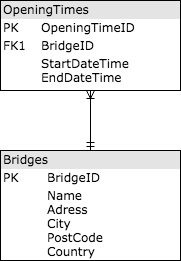
Before: docs/BridgeSystem.png, a diagram exported from draw.io (jesperancinha/bridges-surveillance-story). Source tidied: cells renumbered, new cells last; positions are measured from the earlier drawing's top-left corner, leaving out a move shared by most shapes.
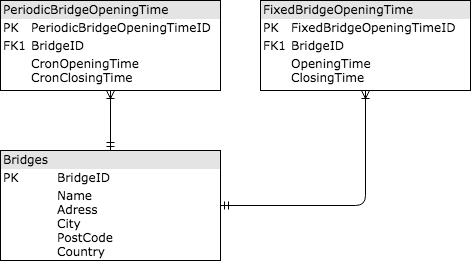
Above is the later version.

Change to the diagram source:
```diff
@@ -2,14 +2,20 @@
   <root>
     <mxCell id="0" />
     <mxCell id="1" parent="0" />
-    <mxCell id="2" value="&lt;div style=&quot;box-sizing: border-box ; width: 100% ; background: #e4e4e4 ; padding: 2px&quot;&gt;OpeningTimes&lt;/div&gt;&lt;table style=&quot;width: 100% ; font-size: 1em&quot; cellpadding=&quot;2&quot; cellspacing=&quot;0&quot;&gt;&lt;tbody&gt;&lt;tr&gt;&lt;td&gt;PK&lt;/td&gt;&lt;td&gt;OpeningTimeID&lt;br&gt;&lt;/td&gt;&lt;/tr&gt;&lt;tr&gt;&lt;td&gt;FK1&lt;/td&gt;&lt;td&gt;BridgeID&lt;/td&gt;&lt;/tr&gt;&lt;tr&gt;&lt;td&gt;&lt;/td&gt;&lt;td&gt;StartDateTime&lt;br&gt;EndDateTime&lt;/td&gt;&lt;/tr&gt;&lt;/tbody&gt;&lt;/table&gt;" style="verticalAlign=top;align=left;overflow=fill;html=1;rounded=0;shadow=0;comic=0;labelBackgroundColor=none;strokeWidth=1;fontFamily=Verdana;fontSize=12;gradientColor=none;labelBorderColor=none;" parent="1" vertex="1">
-      <mxGeometry width="180" height="90" as="geometry" />
+    <mxCell id="2" value="&lt;div style=&quot;box-sizing: border-box ; width: 100% ; background: #e4e4e4 ; padding: 2px&quot;&gt;&lt;span&gt;PeriodicBridgeOpeningTime&lt;/span&gt;&lt;/div&gt;&lt;table style=&quot;width: 100% ; font-size: 1em&quot; cellpadding=&quot;2&quot; cellspacing=&quot;0&quot;&gt;&lt;tbody&gt;&lt;tr&gt;&lt;td&gt;PK&lt;/td&gt;&lt;td&gt;&lt;span&gt;PeriodicBridgeOpeningTime&lt;/span&gt;ID&lt;br&gt;&lt;/td&gt;&lt;/tr&gt;&lt;tr&gt;&lt;td&gt;FK1&lt;/td&gt;&lt;td&gt;BridgeID&lt;/td&gt;&lt;/tr&gt;&lt;tr&gt;&lt;td&gt;&lt;/td&gt;&lt;td&gt;CronOpeningTime&lt;br&gt;CronClosingTime&lt;/td&gt;&lt;/tr&gt;&lt;/tbody&gt;&lt;/table&gt;" style="verticalAlign=top;align=left;overflow=fill;html=1;rounded=0;shadow=0;comic=0;labelBackgroundColor=none;strokeWidth=1;fontFamily=Verdana;fontSize=12;gradientColor=none;labelBorderColor=none;" parent="1" vertex="1">
+      <mxGeometry width="220" height="90" as="geometry" />
     </mxCell>
     <mxCell id="3" value="&lt;div style=&quot;box-sizing: border-box ; width: 100% ; background: #e4e4e4 ; padding: 2px&quot;&gt;Bridges&lt;/div&gt;&lt;table style=&quot;width: 100% ; font-size: 1em&quot; cellpadding=&quot;2&quot; cellspacing=&quot;0&quot;&gt;&lt;tbody&gt;&lt;tr&gt;&lt;td&gt;PK&lt;/td&gt;&lt;td&gt;BridgeID&lt;/td&gt;&lt;/tr&gt;&lt;tr&gt;&lt;td&gt;&lt;br&gt;&lt;/td&gt;&lt;td&gt;Name&lt;br&gt;Adress&lt;br&gt;City&lt;br&gt;PostCode&lt;br&gt;Country&lt;br&gt;&lt;br&gt;&lt;/td&gt;&lt;/tr&gt;&lt;tr&gt;&lt;td&gt;&lt;/td&gt;&lt;td&gt;&lt;br&gt;&lt;/td&gt;&lt;/tr&gt;&lt;/tbody&gt;&lt;/table&gt;" style="verticalAlign=top;align=left;overflow=fill;html=1;rounded=0;shadow=0;comic=0;labelBackgroundColor=none;strokeColor=#000000;strokeWidth=1;fillColor=#ffffff;fontFamily=Verdana;fontSize=12;fontColor=#000000;" parent="1" vertex="1">
-      <mxGeometry y="150" width="180" height="110" as="geometry" />
+      <mxGeometry y="150" width="220" height="110" as="geometry" />
     </mxCell>
     <mxCell id="4" style="edgeStyle=orthogonalEdgeStyle;html=1;endArrow=ERoneToMany;startArrow=ERmandOne;labelBackgroundColor=none;fontFamily=Verdana;fontSize=12;align=left;exitX=0.5;exitY=0;exitDx=0;exitDy=0;entryX=0.5;entryY=1;entryDx=0;entryDy=0;" parent="1" edge="1" source="3" target="2">
       <mxGeometry relative="1" as="geometry" />
     </mxCell>
+    <mxCell id="5" value="&lt;div style=&quot;box-sizing: border-box ; width: 100% ; background: #e4e4e4 ; padding: 2px&quot;&gt;FixedBridgeOpeningTime&lt;/div&gt;&lt;table style=&quot;width: 100% ; font-size: 1em&quot; cellpadding=&quot;2&quot; cellspacing=&quot;0&quot;&gt;&lt;tbody&gt;&lt;tr&gt;&lt;td&gt;PK&lt;/td&gt;&lt;td&gt;&lt;span&gt;FixedBridgeOpeningTimeID&lt;/span&gt;&lt;br&gt;&lt;/td&gt;&lt;/tr&gt;&lt;tr&gt;&lt;td&gt;FK1&lt;/td&gt;&lt;td&gt;BridgeID&lt;/td&gt;&lt;/tr&gt;&lt;tr&gt;&lt;td&gt;&lt;/td&gt;&lt;td&gt;OpeningTime&lt;br&gt;ClosingTime&lt;/td&gt;&lt;/tr&gt;&lt;/tbody&gt;&lt;/table&gt;" style="verticalAlign=top;align=left;overflow=fill;html=1;rounded=0;shadow=0;comic=0;labelBackgroundColor=none;strokeWidth=1;fontFamily=Verdana;fontSize=12;gradientColor=none;labelBorderColor=none;" parent="1" vertex="1">
+      <mxGeometry x="260" width="210" height="90" as="geometry" />
+    </mxCell>
+    <mxCell id="6" style="edgeStyle=orthogonalEdgeStyle;html=1;endArrow=ERoneToMany;startArrow=ERmandOne;labelBackgroundColor=none;fontFamily=Verdana;fontSize=12;align=left;exitX=1;exitY=0.5;exitDx=0;exitDy=0;entryX=0.5;entryY=1;entryDx=0;entryDy=0;" parent="1" edge="1" source="3" target="5">
+      <mxGeometry relative="1" as="geometry" />
+    </mxCell>
   </root>
 </mxGraphModel>
```
